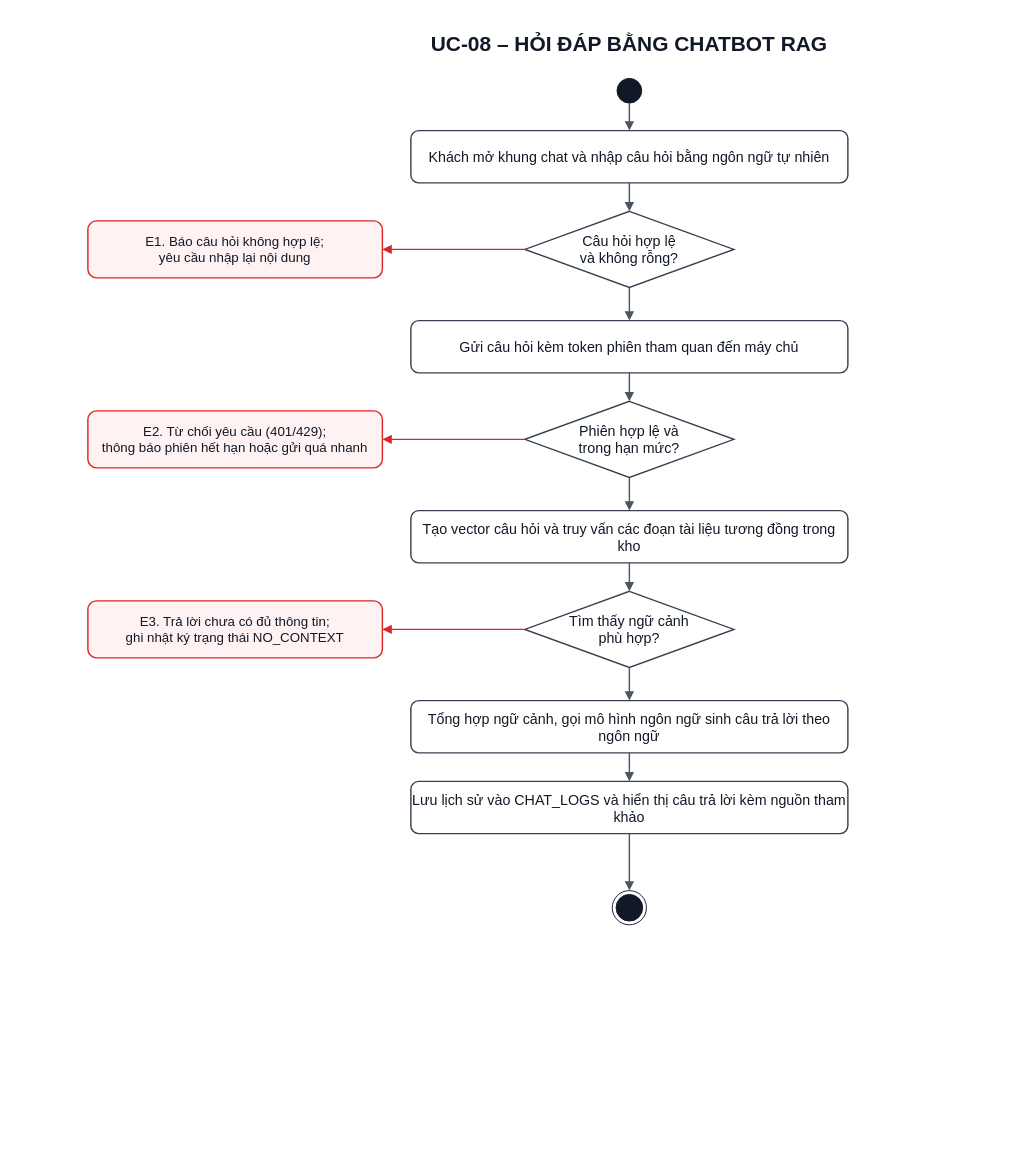
Above: docs/diagram/activity/UC-08_Activity.drawio in Kazuken123/prj_sgu26_cnpm (draw.io), before the change. Source tidied: cells renumbered, new cells numbered last; positions are measured from the earlier drawing's top-left corner, leaving out a move shared by most shapes. Both pictures are drawn from the tidied source at 95%, with x=0, y=0 at pixel (87, 26).
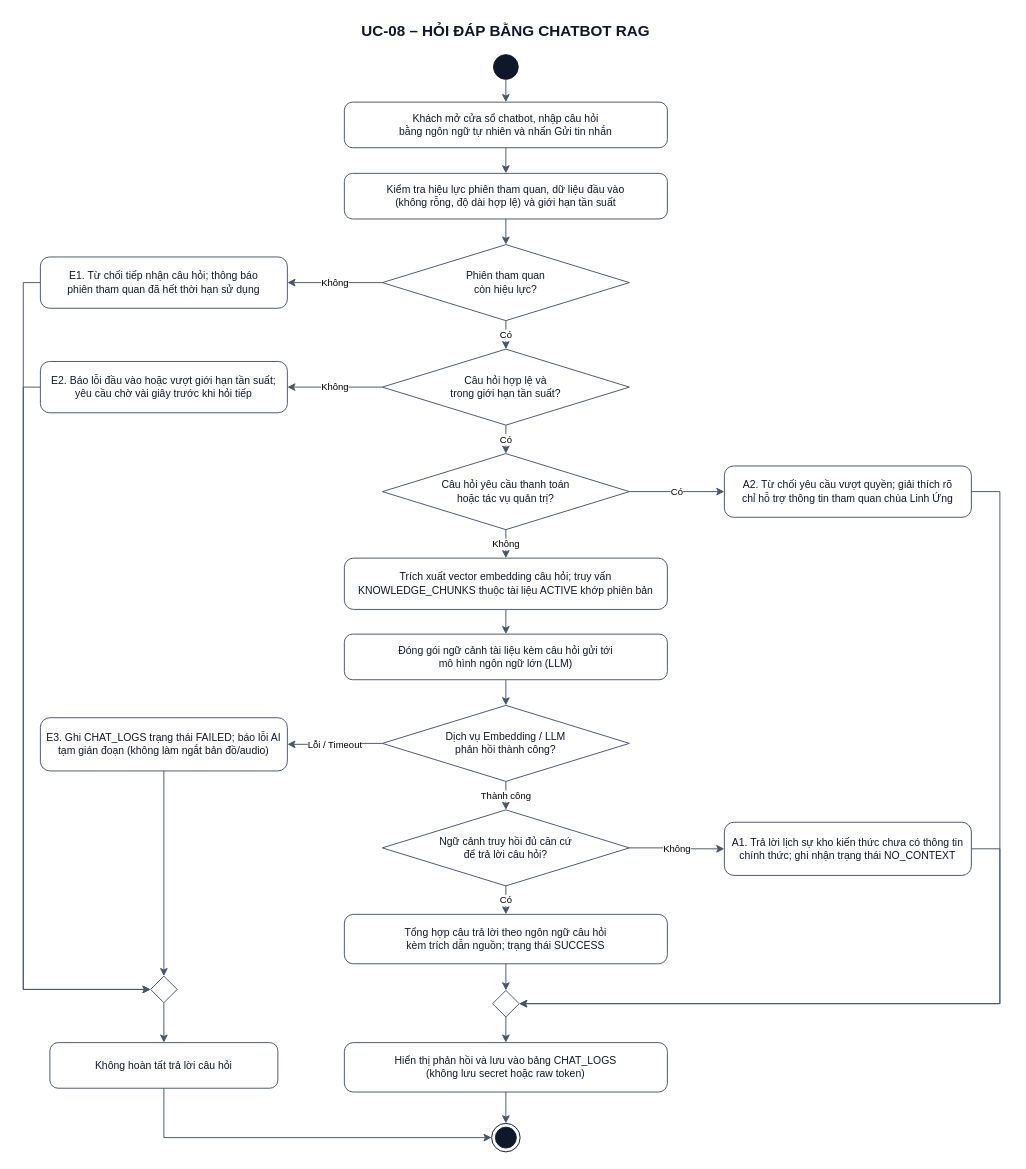
The same page after the edit.

The edit, as a diff of the source:
```diff
@@
-    <mxCell id="2" value="UC-08 – HỎI ĐÁP BẰNG CHATBOT RAG" style="html=1;whiteSpace=wrap;fontFamily=Arial;fontSize=22;fontColor=#111827;strokeColor=none;fillColor=none;fontStyle=1;" parent="1" vertex="1">
-      <mxGeometry x="170" width="800" height="40" as="geometry" />
+    <mxCell id="2" value="UC-08 – HỎI ĐÁP BẰNG CHATBOT RAG" style="text;html=1;strokeColor=none;fillColor=none;align=center;verticalAlign=middle;whiteSpace=wrap;rounded=0;fontFamily=Arial;fontSize=16;fontStyle=1;fontColor=#0f172a;" parent="1" vertex="1">
+      <mxGeometry x="230" y="-10" width="420" height="30" as="geometry" />
     </mxCell>
-    <mxCell id="3" style="html=1;ellipse;fillColor=#111827;strokeColor=#111827;" parent="1" vertex="1">
-      <mxGeometry x="557" y="55" width="26" height="26" as="geometry" />
+    <mxCell id="3" style="ellipse;whiteSpace=wrap;html=1;fillColor=#0f172a;strokeColor=#0f172a;" parent="1" vertex="1">
+      <mxGeometry x="427" y="30" width="26" height="26" as="geometry" />
     </mxCell>
-    <mxCell id="4" value="Khách mở khung chat và nhập câu hỏi bằng ngôn ngữ tự nhiên" style="html=1;whiteSpace=wrap;fontFamily=Arial;fontSize=15;fontColor=#111827;strokeColor=#374151;fillColor=#FFFFFF;strokeWidth=1.5;rounded=1;arcSize=15;" parent="1" vertex="1">
-      <mxGeometry x="340" y="110" width="460" height="55" as="geometry" />
-    </mxCell>
-    <mxCell id="5" style="html=1;rounded=0;endArrow=block;endFill=1;strokeColor=#4B5563;strokeWidth=1.5;" parent="1" edge="1" source="3" target="4">
-      <mxGeometry relative="1" as="geometry" />
-    </mxCell>
-    <mxCell id="6" value="Câu hỏi hợp lệ&lt;br&gt;và không rỗng?" style="html=1;whiteSpace=wrap;fontFamily=Arial;fontSize=15;fontColor=#111827;strokeColor=#374151;fillColor=#FFFFFF;strokeWidth=1.5;rhombus;" parent="1" vertex="1">
-      <mxGeometry x="460" y="195" width="220" height="80" as="geometry" />
-    </mxCell>
-    <mxCell id="7" style="html=1;rounded=0;endArrow=block;endFill=1;strokeColor=#4B5563;strokeWidth=1.5;" parent="1" edge="1" source="4" target="6">
-      <mxGeometry relative="1" as="geometry" />
-    </mxCell>
-    <mxCell id="8" value="E1. Báo câu hỏi không hợp lệ;&lt;br&gt;yêu cầu nhập lại nội dung" style="html=1;whiteSpace=wrap;fontFamily=Arial;fontSize=14;fontColor=#111827;strokeColor=#DC2626;fillColor=#FEF2F2;strokeWidth=1.5;rounded=1;arcSize=15;" parent="1" vertex="1">
-      <mxGeometry y="205" width="310" height="60" as="geometry" />
-    </mxCell>
-    <mxCell id="9" style="html=1;rounded=0;endArrow=block;endFill=1;strokeColor=#DC2626;strokeWidth=1.5;exitX=0.0;exitY=0.5;entryX=1.0;entryY=0.5;" parent="1" edge="1" source="6" target="8">
-      <mxGeometry relative="1" as="geometry" />
-    </mxCell>
-    <mxCell id="10" value="Gửi câu hỏi kèm token phiên tham quan đến máy chủ" style="html=1;whiteSpace=wrap;fontFamily=Arial;fontSize=15;fontColor=#111827;strokeColor=#374151;fillColor=#FFFFFF;strokeWidth=1.5;rounded=1;arcSize=15;" parent="1" vertex="1">
-      <mxGeometry x="340" y="310" width="460" height="55" as="geometry" />
-    </mxCell>
-    <mxCell id="11" style="html=1;rounded=0;endArrow=block;endFill=1;strokeColor=#4B5563;strokeWidth=1.5;" parent="1" edge="1" source="6" target="10">
-      <mxGeometry relative="1" as="geometry" />
-    </mxCell>
-    <mxCell id="12" value="Phiên hợp lệ và&lt;br&gt;trong hạn mức?" style="html=1;whiteSpace=wrap;fontFamily=Arial;fontSize=15;fontColor=#111827;strokeColor=#374151;fillColor=#FFFFFF;strokeWidth=1.5;rhombus;" parent="1" vertex="1">
-      <mxGeometry x="460" y="395" width="220" height="80" as="geometry" />
-    </mxCell>
-    <mxCell id="13" style="html=1;rounded=0;endArrow=block;endFill=1;strokeColor=#4B5563;strokeWidth=1.5;" parent="1" edge="1" source="10" target="12">
-      <mxGeometry relative="1" as="geometry" />
-    </mxCell>
-    <mxCell id="14" value="E2. Từ chối yêu cầu (401/429);&lt;br&gt;thông báo phiên hết hạn hoặc gửi quá nhanh" style="html=1;whiteSpace=wrap;fontFamily=Arial;fontSize=14;fontColor=#111827;strokeColor=#DC2626;fillColor=#FEF2F2;strokeWidth=1.5;rounded=1;arcSize=15;" parent="1" vertex="1">
-      <mxGeometry y="405" width="310" height="60" as="geometry" />
-    </mxCell>
-    <mxCell id="15" style="html=1;rounded=0;endArrow=block;endFill=1;strokeColor=#DC2626;strokeWidth=1.5;exitX=0.0;exitY=0.5;entryX=1.0;entryY=0.5;" parent="1" edge="1" source="12" target="14">
-      <mxGeometry relative="1" as="geometry" />
-    </mxCell>
-    <mxCell id="16" value="Tạo vector câu hỏi và truy vấn các đoạn tài liệu tương đồng trong kho" style="html=1;whiteSpace=wrap;fontFamily=Arial;fontSize=15;fontColor=#111827;strokeColor=#374151;fillColor=#FFFFFF;strokeWidth=1.5;rounded=1;arcSize=15;" parent="1" vertex="1">
-      <mxGeometry x="340" y="510" width="460" height="55" as="geometry" />
-    </mxCell>
-    <mxCell id="17" style="html=1;rounded=0;endArrow=block;endFill=1;strokeColor=#4B5563;strokeWidth=1.5;" parent="1" edge="1" source="12" target="16">
-      <mxGeometry relative="1" as="geometry" />
-    </mxCell>
-    <mxCell id="18" value="Tìm thấy ngữ cảnh&lt;br&gt;phù hợp?" style="html=1;whiteSpace=wrap;fontFamily=Arial;fontSize=15;fontColor=#111827;strokeColor=#374151;fillColor=#FFFFFF;strokeWidth=1.5;rhombus;" parent="1" vertex="1">
-      <mxGeometry x="460" y="595" width="220" height="80" as="geometry" />
-    </mxCell>
-    <mxCell id="19" style="html=1;rounded=0;endArrow=block;endFill=1;strokeColor=#4B5563;strokeWidth=1.5;" parent="1" edge="1" source="16" target="18">
-      <mxGeometry relative="1" as="geometry" />
-    </mxCell>
-    <mxCell id="20" value="E3. Trả lời chưa có đủ thông tin;&lt;br&gt;ghi nhật ký trạng thái NO_CONTEXT" style="html=1;whiteSpace=wrap;fontFamily=Arial;fontSize=14;fontColor=#111827;strokeColor=#DC2626;fillColor=#FEF2F2;strokeWidth=1.5;rounded=1;arcSize=15;" parent="1" vertex="1">
-      <mxGeometry y="605" width="310" height="60" as="geometry" />
-    </mxCell>
-    <mxCell id="21" style="html=1;rounded=0;endArrow=block;endFill=1;strokeColor=#DC2626;strokeWidth=1.5;exitX=0.0;exitY=0.5;entryX=1.0;entryY=0.5;" parent="1" edge="1" source="18" target="20">
-      <mxGeometry relative="1" as="geometry" />
-    </mxCell>
-    <mxCell id="22" value="Tổng hợp ngữ cảnh, gọi mô hình ngôn ngữ sinh câu trả lời theo ngôn ngữ" style="html=1;whiteSpace=wrap;fontFamily=Arial;fontSize=15;fontColor=#111827;strokeColor=#374151;fillColor=#FFFFFF;strokeWidth=1.5;rounded=1;arcSize=15;" parent="1" vertex="1">
-      <mxGeometry x="340" y="710" width="460" height="55" as="geometry" />
-    </mxCell>
-    <mxCell id="23" style="html=1;rounded=0;endArrow=block;endFill=1;strokeColor=#4B5563;strokeWidth=1.5;" parent="1" edge="1" source="18" target="22">
-      <mxGeometry relative="1" as="geometry" />
-    </mxCell>
-    <mxCell id="24" value="Lưu lịch sử vào CHAT_LOGS và hiển thị câu trả lời kèm nguồn tham khảo" style="html=1;whiteSpace=wrap;fontFamily=Arial;fontSize=15;fontColor=#111827;strokeColor=#374151;fillColor=#FFFFFF;strokeWidth=1.5;rounded=1;arcSize=15;" parent="1" vertex="1">
-      <mxGeometry x="340" y="795" width="460" height="55" as="geometry" />
-    </mxCell>
-    <mxCell id="25" style="html=1;rounded=0;endArrow=block;endFill=1;strokeColor=#4B5563;strokeWidth=1.5;" parent="1" edge="1" source="22" target="24">
-      <mxGeometry relative="1" as="geometry" />
-    </mxCell>
+    <mxCell id="28" value="Khách mở cửa sổ chatbot, nhập câu hỏi&#10;bằng ngôn ngữ tự nhiên và nhấn Gửi tin nhắn" style="rounded=1;arcSize=18;whiteSpace=wrap;html=1;fillColor=#ffffff;strokeColor=#475569;fontColor=#0f172a;fontFamily=Arial;fontSize=11;" parent="1" vertex="1">
+      <mxGeometry x="270" y="80" width="340" height="48" as="geometry" />
+    </mxCell>
+    <mxCell id="29" value="Kiểm tra hiệu lực phiên tham quan, dữ liệu đầu vào&#10;(không rỗng, độ dài hợp lệ) và giới hạn tần suất" style="rounded=1;arcSize=18;whiteSpace=wrap;html=1;fillColor=#ffffff;strokeColor=#475569;fontColor=#0f172a;fontFamily=Arial;fontSize=11;" parent="1" vertex="1">
+      <mxGeometry x="270" y="155" width="340" height="48" as="geometry" />
+    </mxCell>
+    <mxCell id="30" value="Phiên tham quan&#10;còn hiệu lực?" style="rhombus;whiteSpace=wrap;html=1;fillColor=#ffffff;strokeColor=#475569;fontColor=#0f172a;fontFamily=Arial;fontSize=11;" parent="1" vertex="1">
+      <mxGeometry x="310" y="230" width="260" height="80" as="geometry" />
+    </mxCell>
+    <mxCell id="31" value="E1. Từ chối tiếp nhận câu hỏi; thông báo&#10;phiên tham quan đã hết thời hạn sử dụng" style="rounded=1;arcSize=18;whiteSpace=wrap;html=1;fillColor=#ffffff;strokeColor=#475569;fontColor=#0f172a;fontFamily=Arial;fontSize=11;" parent="1" vertex="1">
+      <mxGeometry x="-50" y="243" width="260" height="54" as="geometry" />
+    </mxCell>
+    <mxCell id="32" value="Câu hỏi hợp lệ và&#10;trong giới hạn tần suất?" style="rhombus;whiteSpace=wrap;html=1;fillColor=#ffffff;strokeColor=#475569;fontColor=#0f172a;fontFamily=Arial;fontSize=11;" parent="1" vertex="1">
+      <mxGeometry x="310" y="340" width="260" height="80" as="geometry" />
+    </mxCell>
+    <mxCell id="33" value="E2. Báo lỗi đầu vào hoặc vượt giới hạn tần suất;&#10;yêu cầu chờ vài giây trước khi hỏi tiếp" style="rounded=1;arcSize=18;whiteSpace=wrap;html=1;fillColor=#ffffff;strokeColor=#475569;fontColor=#0f172a;fontFamily=Arial;fontSize=11;" parent="1" vertex="1">
+      <mxGeometry x="-50" y="353" width="260" height="54" as="geometry" />
+    </mxCell>
+    <mxCell id="34" value="Câu hỏi yêu cầu thanh toán&#10;hoặc tác vụ quản trị?" style="rhombus;whiteSpace=wrap;html=1;fillColor=#ffffff;strokeColor=#475569;fontColor=#0f172a;fontFamily=Arial;fontSize=11;" parent="1" vertex="1">
+      <mxGeometry x="310" y="450" width="260" height="80" as="geometry" />
+    </mxCell>
+    <mxCell id="35" value="A2. Từ chối yêu cầu vượt quyền; giải thích rõ&#10;chỉ hỗ trợ thông tin tham quan chùa Linh Ứng" style="rounded=1;arcSize=18;whiteSpace=wrap;html=1;fillColor=#ffffff;strokeColor=#475569;fontColor=#0f172a;fontFamily=Arial;fontSize=11;" parent="1" vertex="1">
+      <mxGeometry x="670" y="463" width="260" height="54" as="geometry" />
+    </mxCell>
+    <mxCell id="36" value="Trích xuất vector embedding câu hỏi; truy vấn&#10;KNOWLEDGE_CHUNKS thuộc tài liệu ACTIVE khớp phiên bản" style="rounded=1;arcSize=18;whiteSpace=wrap;html=1;fillColor=#ffffff;strokeColor=#475569;fontColor=#0f172a;fontFamily=Arial;fontSize=11;" parent="1" vertex="1">
+      <mxGeometry x="270" y="560" width="340" height="54" as="geometry" />
+    </mxCell>
+    <mxCell id="37" value="Đóng gói ngữ cảnh tài liệu kèm câu hỏi gửi tới&#10;mô hình ngôn ngữ lớn (LLM)" style="rounded=1;arcSize=18;whiteSpace=wrap;html=1;fillColor=#ffffff;strokeColor=#475569;fontColor=#0f172a;fontFamily=Arial;fontSize=11;" parent="1" vertex="1">
+      <mxGeometry x="270" y="640" width="340" height="48" as="geometry" />
+    </mxCell>
+    <mxCell id="38" value="Dịch vụ Embedding / LLM&#10;phản hồi thành công?" style="rhombus;whiteSpace=wrap;html=1;fillColor=#ffffff;strokeColor=#475569;fontColor=#0f172a;fontFamily=Arial;fontSize=11;" parent="1" vertex="1">
+      <mxGeometry x="310" y="715" width="260" height="80" as="geometry" />
+    </mxCell>
+    <mxCell id="39" value="E3. Ghi CHAT_LOGS trạng thái FAILED; báo lỗi AI&#10;tạm gián đoạn (không làm ngắt bản đồ/audio)" style="rounded=1;arcSize=18;whiteSpace=wrap;html=1;fillColor=#ffffff;strokeColor=#475569;fontColor=#0f172a;fontFamily=Arial;fontSize=11;" parent="1" vertex="1">
+      <mxGeometry x="-50" y="728" width="260" height="56" as="geometry" />
+    </mxCell>
+    <mxCell id="40" value="Ngữ cảnh truy hồi đủ căn cứ&#10;để trả lời câu hỏi?" style="rhombus;whiteSpace=wrap;html=1;fillColor=#ffffff;strokeColor=#475569;fontColor=#0f172a;fontFamily=Arial;fontSize=11;" parent="1" vertex="1">
+      <mxGeometry x="310" y="825" width="260" height="80" as="geometry" />
+    </mxCell>
+    <mxCell id="41" value="A1. Trả lời lịch sự kho kiến thức chưa có thông tin&#10;chính thức; ghi nhận trạng thái NO_CONTEXT" style="rounded=1;arcSize=18;whiteSpace=wrap;html=1;fillColor=#ffffff;strokeColor=#475569;fontColor=#0f172a;fontFamily=Arial;fontSize=11;" parent="1" vertex="1">
+      <mxGeometry x="670" y="838" width="260" height="56" as="geometry" />
+    </mxCell>
+    <mxCell id="42" value="Tổng hợp câu trả lời theo ngôn ngữ câu hỏi&#10;kèm trích dẫn nguồn; trạng thái SUCCESS" style="rounded=1;arcSize=18;whiteSpace=wrap;html=1;fillColor=#ffffff;strokeColor=#475569;fontColor=#0f172a;fontFamily=Arial;fontSize=11;" parent="1" vertex="1">
+      <mxGeometry x="270" y="935" width="340" height="52" as="geometry" />
+    </mxCell>
+    <mxCell id="43" style="rhombus;whiteSpace=wrap;html=1;fillColor=#ffffff;strokeColor=#475569;" parent="1" vertex="1">
+      <mxGeometry x="426" y="1015" width="28" height="28" as="geometry" />
+    </mxCell>
+    <mxCell id="44" value="Hiển thị phản hồi và lưu vào bảng CHAT_LOGS&#10;(không lưu secret hoặc raw token)" style="rounded=1;arcSize=18;whiteSpace=wrap;html=1;fillColor=#ffffff;strokeColor=#475569;fontColor=#0f172a;fontFamily=Arial;fontSize=11;" parent="1" vertex="1">
+      <mxGeometry x="270" y="1070" width="340" height="52" as="geometry" />
+    </mxCell>
+    <mxCell id="45" style="rhombus;whiteSpace=wrap;html=1;fillColor=#ffffff;strokeColor=#475569;" parent="1" vertex="1">
+      <mxGeometry x="66" y="1000" width="28" height="28" as="geometry" />
+    </mxCell>
+    <mxCell id="46" value="Không hoàn tất trả lời câu hỏi" style="rounded=1;arcSize=18;whiteSpace=wrap;html=1;fillColor=#ffffff;strokeColor=#475569;fontColor=#0f172a;fontFamily=Arial;fontSize=11;" parent="1" vertex="1">
+      <mxGeometry x="-40" y="1070" width="240" height="48" as="geometry" />
+    </mxCell>
-    <mxCell id="26" style="html=1;ellipse;shape=endState;fillColor=#111827;strokeColor=#111827;" parent="1" vertex="1">
-      <mxGeometry x="552" y="910" width="36" height="36" as="geometry" />
+    <mxCell id="26" style="ellipse;html=1;shape=endState;fillColor=#0f172a;strokeColor=#0f172a;" parent="1" vertex="1">
+      <mxGeometry x="425" y="1155" width="30" height="30" as="geometry" />
     </mxCell>
-    <mxCell id="27" style="html=1;rounded=0;endArrow=block;endFill=1;strokeColor=#4B5563;strokeWidth=1.5;" parent="1" edge="1" source="24" target="26">
-      <mxGeometry relative="1" as="geometry" />
-    </mxCell>
+    <mxCell id="47" style="edgeStyle=orthogonalEdgeStyle;rounded=0;html=1;strokeColor=#475569;" parent="1" edge="1" source="3" target="28">
+      <mxGeometry relative="1" as="geometry" />
+    </mxCell>
+    <mxCell id="48" style="edgeStyle=orthogonalEdgeStyle;rounded=0;html=1;strokeColor=#475569;" parent="1" edge="1" source="28" target="29">
+      <mxGeometry relative="1" as="geometry" />
+    </mxCell>
+    <mxCell id="49" style="edgeStyle=orthogonalEdgeStyle;rounded=0;html=1;strokeColor=#475569;" parent="1" edge="1" source="29" target="30">
+      <mxGeometry relative="1" as="geometry" />
+    </mxCell>
+    <mxCell id="50" value="Không" style="edgeStyle=orthogonalEdgeStyle;rounded=0;html=1;strokeColor=#475569;fontFamily=Arial;fontSize=10;" parent="1" edge="1" source="30" target="31">
+      <mxGeometry relative="1" as="geometry" />
+    </mxCell>
+    <mxCell id="51" value="Có" style="edgeStyle=orthogonalEdgeStyle;rounded=0;html=1;strokeColor=#475569;fontFamily=Arial;fontSize=10;" parent="1" edge="1" source="30" target="32">
+      <mxGeometry relative="1" as="geometry" />
+    </mxCell>
+    <mxCell id="52" value="Không" style="edgeStyle=orthogonalEdgeStyle;rounded=0;html=1;strokeColor=#475569;fontFamily=Arial;fontSize=10;" parent="1" edge="1" source="32" target="33">
+      <mxGeometry relative="1" as="geometry" />
+    </mxCell>
+    <mxCell id="53" value="Có" style="edgeStyle=orthogonalEdgeStyle;rounded=0;html=1;strokeColor=#475569;fontFamily=Arial;fontSize=10;" parent="1" edge="1" source="32" target="34">
+      <mxGeometry relative="1" as="geometry" />
+    </mxCell>
+    <mxCell id="54" value="Có" style="edgeStyle=orthogonalEdgeStyle;rounded=0;html=1;strokeColor=#475569;fontFamily=Arial;fontSize=10;" parent="1" edge="1" source="34" target="35">
+      <mxGeometry relative="1" as="geometry" />
+    </mxCell>
+    <mxCell id="55" value="Không" style="edgeStyle=orthogonalEdgeStyle;rounded=0;html=1;strokeColor=#475569;fontFamily=Arial;fontSize=10;" parent="1" edge="1" source="34" target="36">
+      <mxGeometry relative="1" as="geometry" />
+    </mxCell>
+    <mxCell id="56" style="edgeStyle=orthogonalEdgeStyle;rounded=0;html=1;strokeColor=#475569;" parent="1" edge="1" source="36" target="37">
+      <mxGeometry relative="1" as="geometry" />
+    </mxCell>
+    <mxCell id="57" style="edgeStyle=orthogonalEdgeStyle;rounded=0;html=1;strokeColor=#475569;" parent="1" edge="1" source="37" target="38">
+      <mxGeometry relative="1" as="geometry" />
+    </mxCell>
+    <mxCell id="58" value="Lỗi / Timeout" style="edgeStyle=orthogonalEdgeStyle;rounded=0;html=1;strokeColor=#475569;fontFamily=Arial;fontSize=10;" parent="1" edge="1" source="38" target="39">
+      <mxGeometry relative="1" as="geometry" />
+    </mxCell>
+    <mxCell id="59" value="Thành công" style="edgeStyle=orthogonalEdgeStyle;rounded=0;html=1;strokeColor=#475569;fontFamily=Arial;fontSize=10;" parent="1" edge="1" source="38" target="40">
+      <mxGeometry relative="1" as="geometry" />
+    </mxCell>
+    <mxCell id="60" value="Không" style="edgeStyle=orthogonalEdgeStyle;rounded=0;html=1;strokeColor=#475569;fontFamily=Arial;fontSize=10;" parent="1" edge="1" source="40" target="41">
+      <mxGeometry relative="1" as="geometry" />
+    </mxCell>
+    <mxCell id="61" value="Có" style="edgeStyle=orthogonalEdgeStyle;rounded=0;html=1;strokeColor=#475569;fontFamily=Arial;fontSize=10;" parent="1" edge="1" source="40" target="42">
+      <mxGeometry relative="1" as="geometry" />
+    </mxCell>
+    <mxCell id="62" style="edgeStyle=orthogonalEdgeStyle;rounded=0;html=1;strokeColor=#475569;" parent="1" edge="1" source="42" target="43">
+      <mxGeometry relative="1" as="geometry" />
+    </mxCell>
+    <mxCell id="63" style="edgeStyle=orthogonalEdgeStyle;rounded=0;html=1;strokeColor=#475569;exitX=1;exitY=0.5;entryX=1;entryY=0.5;" parent="1" edge="1" source="35" target="43">
+      <mxGeometry relative="1" as="geometry">
+        <Array as="points">
+          <mxPoint x="960" y="490" />
+          <mxPoint x="960" y="1029" />
+        </Array>
+      </mxGeometry>
+    </mxCell>
+    <mxCell id="64" style="edgeStyle=orthogonalEdgeStyle;rounded=0;html=1;strokeColor=#475569;exitX=1;exitY=0.5;entryX=1;entryY=0.5;" parent="1" edge="1" source="41" target="43">
+      <mxGeometry relative="1" as="geometry">
+        <Array as="points">
+          <mxPoint x="960" y="866" />
+          <mxPoint x="960" y="1029" />
+        </Array>
+      </mxGeometry>
+    </mxCell>
+    <mxCell id="65" style="edgeStyle=orthogonalEdgeStyle;rounded=0;html=1;strokeColor=#475569;" parent="1" edge="1" source="43" target="44">
+      <mxGeometry relative="1" as="geometry" />
+    </mxCell>
+    <mxCell id="66" style="edgeStyle=orthogonalEdgeStyle;rounded=0;html=1;strokeColor=#475569;" parent="1" edge="1" source="44" target="26">
+      <mxGeometry relative="1" as="geometry" />
+    </mxCell>
+    <mxCell id="67" style="edgeStyle=orthogonalEdgeStyle;rounded=0;html=1;strokeColor=#475569;exitX=0;exitY=0.5;entryX=0;entryY=0.5;" parent="1" edge="1" source="31" target="45">
+      <mxGeometry relative="1" as="geometry">
+        <Array as="points">
+          <mxPoint x="-68" y="270" />
+          <mxPoint x="-68" y="1014" />
+        </Array>
+      </mxGeometry>
+    </mxCell>
+    <mxCell id="68" style="edgeStyle=orthogonalEdgeStyle;rounded=0;html=1;strokeColor=#475569;exitX=0;exitY=0.5;entryX=0;entryY=0.5;" parent="1" edge="1" source="33" target="45">
+      <mxGeometry relative="1" as="geometry">
+        <Array as="points">
+          <mxPoint x="-68" y="380" />
+          <mxPoint x="-68" y="1014" />
+        </Array>
+      </mxGeometry>
+    </mxCell>
+    <mxCell id="69" style="edgeStyle=orthogonalEdgeStyle;rounded=0;html=1;strokeColor=#475569;" parent="1" edge="1" source="39" target="45">
+      <mxGeometry relative="1" as="geometry" />
+    </mxCell>
+    <mxCell id="70" style="edgeStyle=orthogonalEdgeStyle;rounded=0;html=1;strokeColor=#475569;" parent="1" edge="1" source="45" target="46">
+      <mxGeometry relative="1" as="geometry" />
+    </mxCell>
+    <mxCell id="71" style="edgeStyle=orthogonalEdgeStyle;rounded=0;html=1;strokeColor=#475569;exitX=0.5;exitY=1;entryX=0;entryY=0.5;" parent="1" edge="1" source="46" target="26">
+      <mxGeometry relative="1" as="geometry">
+        <Array as="points">
+          <mxPoint x="80" y="1170" />
+        </Array>
+      </mxGeometry>
+    </mxCell>
```
